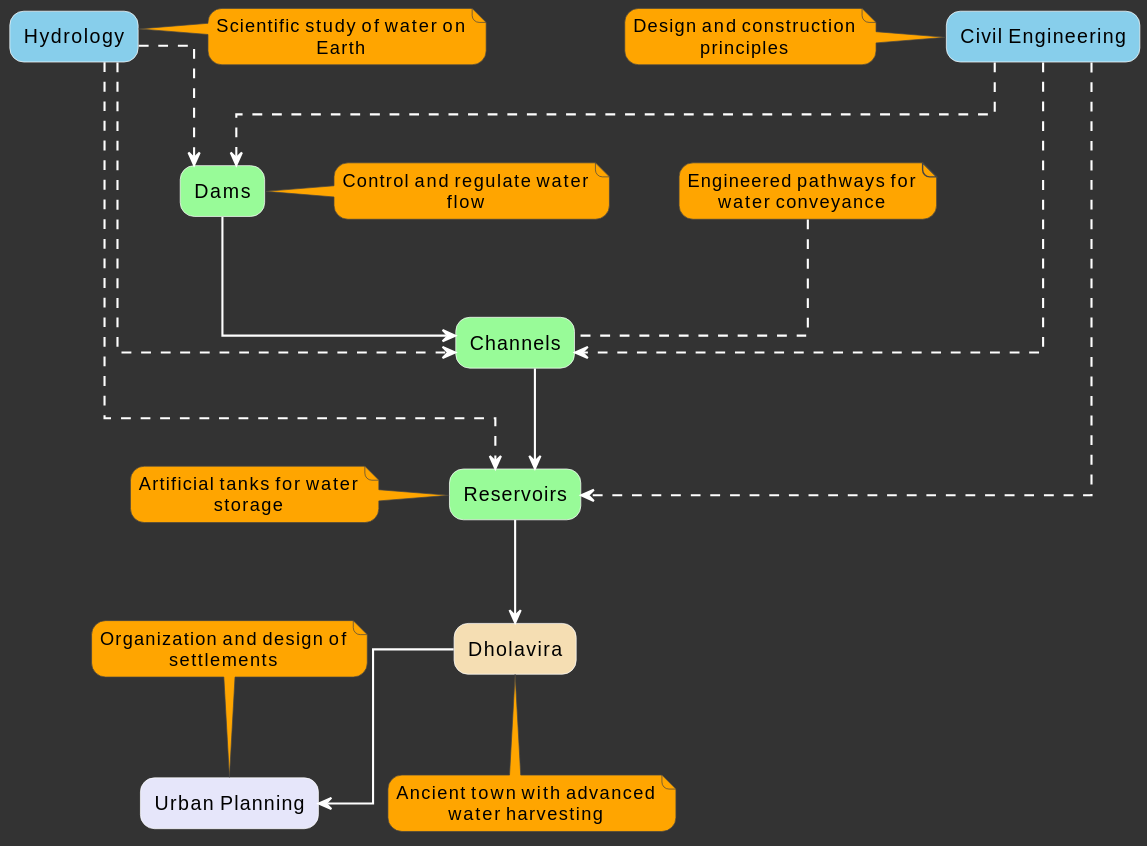
Above: tele_1.svg in bolibazaar/upsc_sol_assets (PlantUML), before the change.
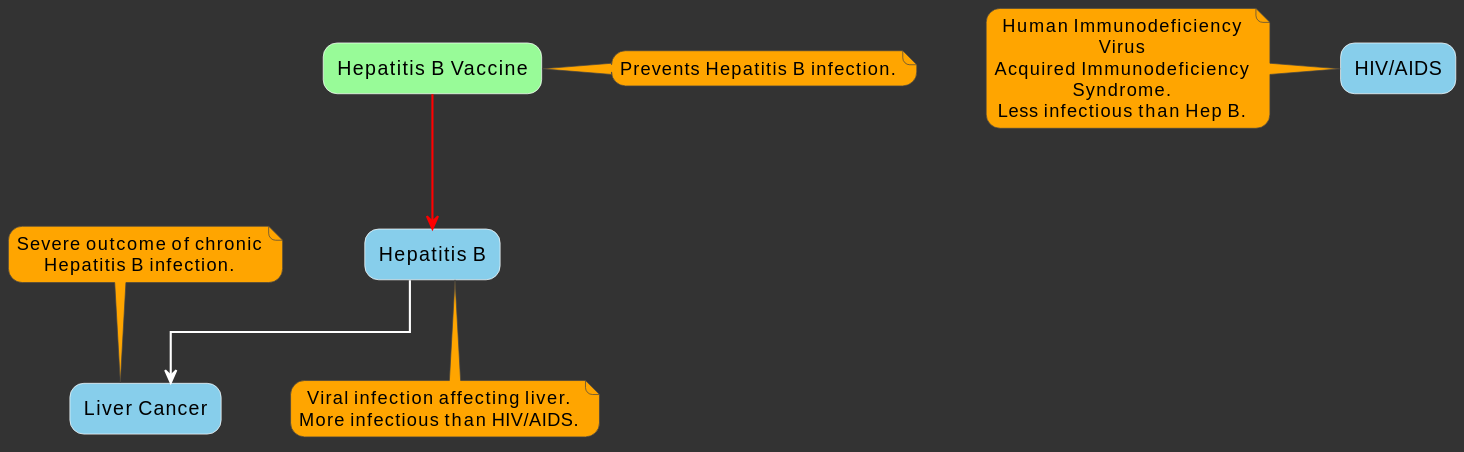
After the change.

Change to the diagram source:
```diff
@@ -20,55 +20,32 @@
 skinparam rectangleFontColor black
 skinparam rectangleBorderColor white
 
-rectangle "Hydrology" #87CEEB
-rectangle "Civil Engineering" #87CEEB
+rectangle "Hepatitis B" #87CEEB
+rectangle "HIV/AIDS" #87CEEB
+rectangle "Liver Cancer" #87CEEB
 
-rectangle "Dams" #98FB98
-rectangle "Channels" #98FB98
-rectangle "Reservoirs" #98FB98
+rectangle "Hepatitis B Vaccine" #98FB98
 
-rectangle "Dholavira" #F5DEB3
+"Hepatitis B" --> "Liver Cancer"
+"Hepatitis B Vaccine" -[#red]-> "Hepatitis B"
 
-rectangle "Urban Planning" #E6E6FA
-
-"Dams" --> "Channels"
-"Channels" --> "Reservoirs"
-"Reservoirs" --> "Dholavira"
-"Dholavira" --> "Urban Planning"
-
-"Hydrology" ..> "Dams"
-"Hydrology" ..> "Channels"
-"Hydrology" ..> "Reservoirs"
-
-"Civil Engineering" ..> "Dams"
-"Civil Engineering" ..> "Channels"
-"Civil Engineering" ..> "Reservoirs"
-
-note right of "Dams"
-  Control and regulate water flow
+note right of "Hepatitis B Vaccine"
+  Prevents Hepatitis B infection.
 end note
 
-note top of "Channels"
-  Engineered pathways for water conveyance
+note bottom of "Hepatitis B"
+  Viral infection affecting liver.
+  More infectious than HIV/AIDS.
 end note
 
-note left of "Reservoirs"
-  Artificial tanks for water storage
+note left of "HIV/AIDS"
+  Human Immunodeficiency Virus
+  Acquired Immunodeficiency Syndrome.
+  Less infectious than Hep B.
 end note
 
-note bottom of "Dholavira"
-  Ancient town with advanced water harvesting
-end note
-
-note right of "Hydrology"
-  Scientific study of water on Earth
-end note
-
-note left of "Civil Engineering"
-  Design and construction principles
-end note
-
-note top of "Urban Planning"
-  Organization and design of settlements
+note top of "Liver Cancer"
+  Severe outcome of chronic
+  Hepatitis B infection.
 end note
 @enduml
```
